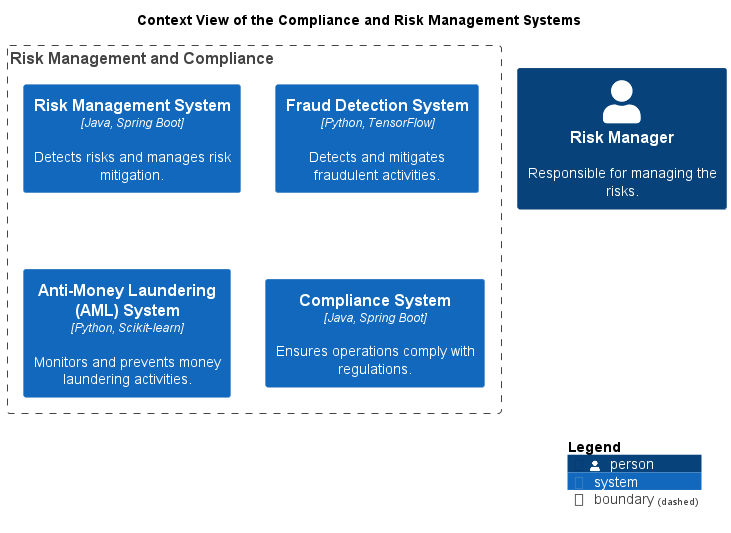
Earlier version of the PlantUML export docs/mybank/compliance/context-view.png (soulspace-org/my-bank-model).
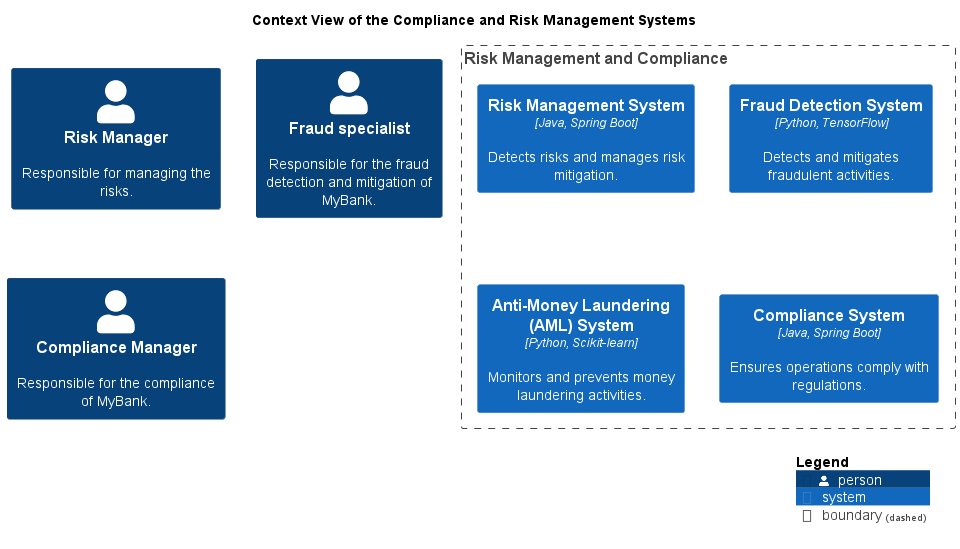
After the commit.

Diff of the diagram source:
```diff
@@ -20,5 +20,7 @@
   System(mybank_compliance_amlSystem, "Anti-Money Laundering (AML) System", $descr="Monitors and prevents money laundering activities.", $type="Python, Scikit-learn")
   System(mybank_compliance_complianceSystem, "Compliance System", $descr="Ensures operations comply with regulations.", $type="Java, Spring Boot")
 }
+Person(mybank_compliance_fraudSpecialist, "Fraud specialist", $descr="Responsible for the fraud detection and mitigation of MyBank.")
+Person(mybank_compliance_complianceManager, "Compliance Manager", $descr="Responsible for the compliance of MyBank.")
 SHOW_LEGEND()
 @enduml
```
